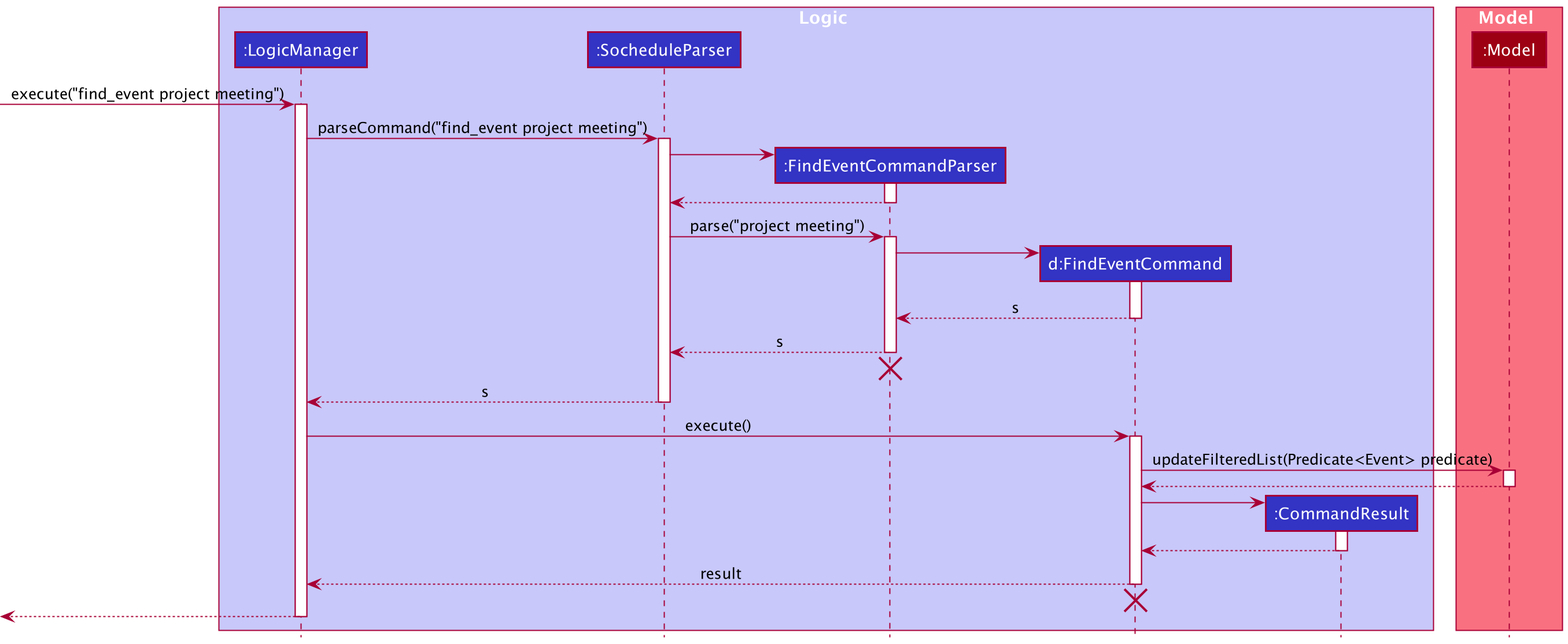
Earlier version of the PlantUML export docs/images/FindEventCommandSequenceDiagram.png (nus-cs2103-AY2021S2/tp).
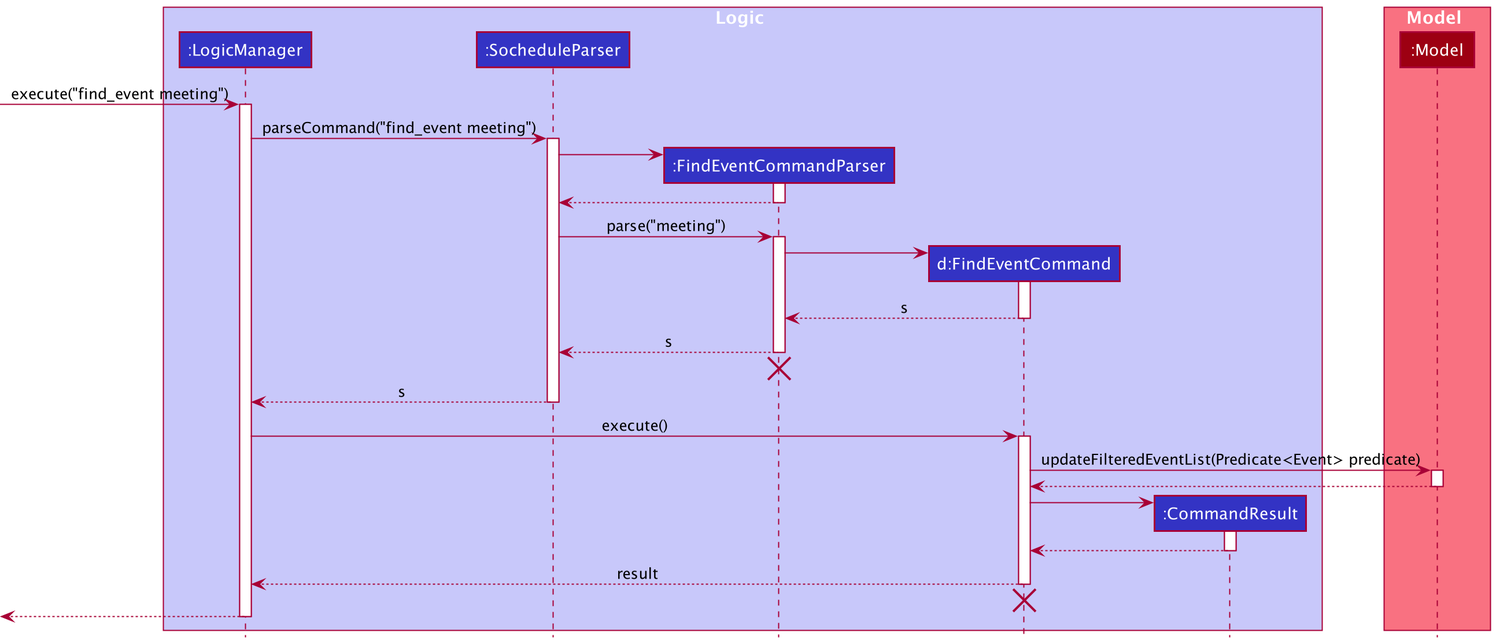
After the change.

Commit message:
Fix the dg bug for find_task, find_event, today_task and today_event

Diff of the diagram source:
```diff
@@ -13,10 +13,10 @@
 participant ":Model" as Model MODEL_COLOR
 end box
 
-[-> LogicManager : execute("find_event project meeting")
+[-> LogicManager : execute("find_event meeting")
 activate LogicManager
 
-LogicManager -> SocheduleParser : parseCommand("find_event project meeting")
+LogicManager -> SocheduleParser : parseCommand("find_event meeting")
 activate SocheduleParser
 
 create FindEventCommandParser
@@ -26,7 +26,7 @@
 FindEventCommandParser --> SocheduleParser
 deactivate FindEventCommandParser
 
-SocheduleParser -> FindEventCommandParser : parse("project meeting")
+SocheduleParser -> FindEventCommandParser : parse("meeting")
 activate FindEventCommandParser
 
 create FindEventCommand
@@ -47,7 +47,7 @@
 LogicManager -> FindEventCommand : execute()
 activate FindEventCommand
 
-FindEventCommand -> Model : updateFilteredList(Predicate<Event> predicate)
+FindEventCommand -> Model : updateFilteredEventList(Predicate<Event> predicate)
 activate Model
 
 Model --> FindEventCommand
```
